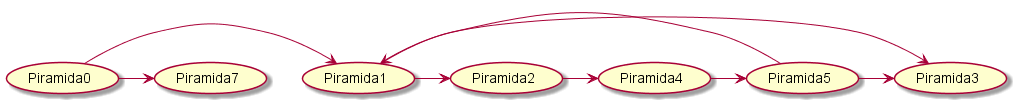
Above: uml.png in ignisyooo/MATH_graphs (PlantUML), before the change.
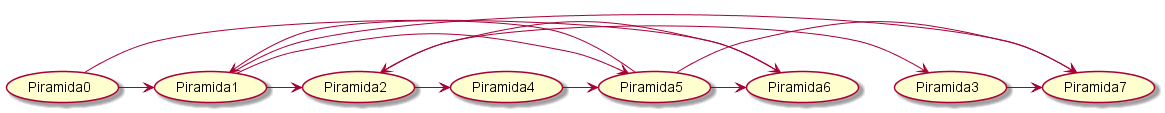
After the commit.

The edit, as a diff of the source:
```diff
@@ -1,10 +1,15 @@
 @startuml
 (Piramida0) -> (Piramida1)
+(Piramida0) -> (Piramida6)
 (Piramida1) -> (Piramida2)
-(Piramida0) -> (Piramida7)
-(Piramida1) -> (Piramida3)
+(Piramida1) -> (Piramida5)
+(Piramida1) -> (Piramida7)
+(Piramida2) -> (Piramida3)
 (Piramida2) -> (Piramida4)
+(Piramida3) -> (Piramida7)
 (Piramida4) -> (Piramida5)
-(Piramida5) -> (Piramida3)
+(Piramida5) -> (Piramida7)
+(Piramida5) -> (Piramida6)
 (Piramida5) -> (Piramida1)
+(Piramida6) -> (Piramida2)
 @enduml
```
